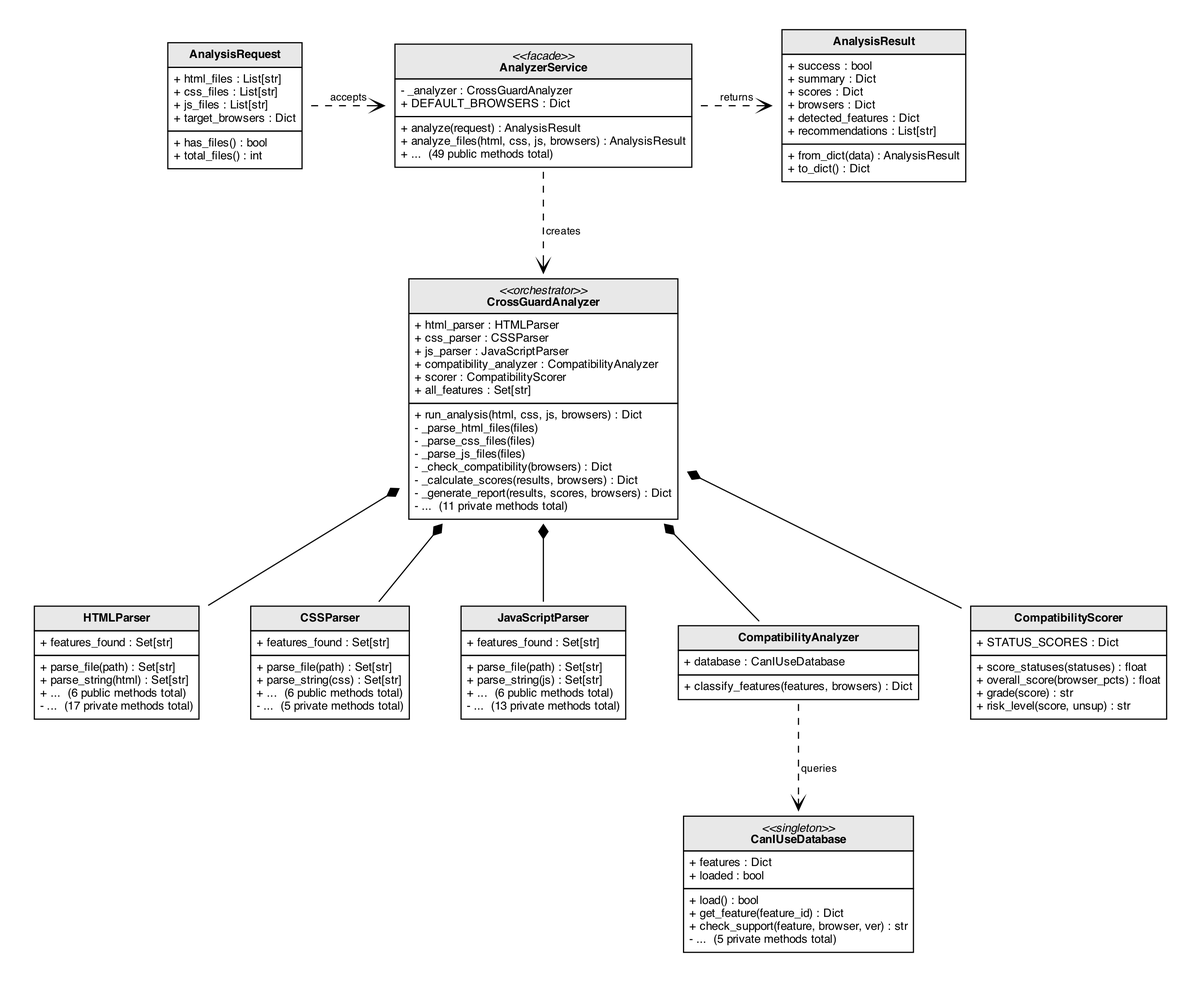
Earlier version of the PlantUML export Code/docs/diagrams/images/3.6_analysis_pipeline.png (muhammademanaftab/CrossGuard). Its source is kept beside it as Code/docs/diagrams/scripts/3.16_sequence.puml.
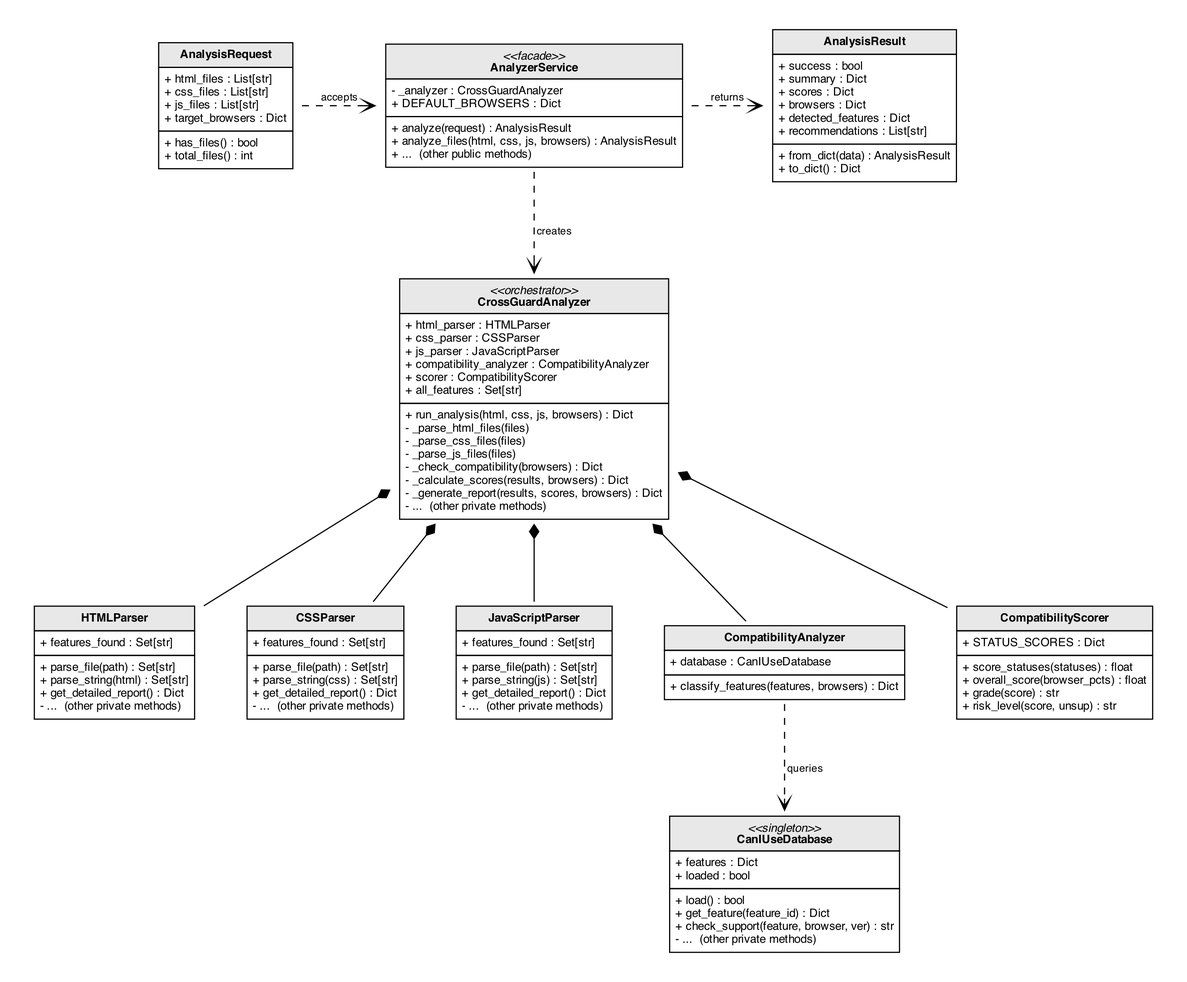
The same file after the commit.

The edit, as a diff of the source:
```diff
@@ -60,12 +60,12 @@
 
 == Compatibility Check Phase ==
 
-CGA -> CA : analyze(features, browsers)
+CGA -> CA : classify_features(features, browsers)
 activate CA
 
 CA -> DB : check_support(feature, browser, version)
 activate DB
-DB --> CA : support_status (y / n / a / p)
+DB --> CA : support_status (y / n / a / p / x / d / u)
 deactivate DB
 
 note right of DB
@@ -74,14 +74,20 @@
   combination.
 end note
 
-CA --> CGA : compatibility_report
+CA --> CGA : compatibility_report\n(with raw status codes)
 deactivate CA
 
 == Scoring Phase ==
 
-CGA -> CS : calculate_weighted_score(status)
+CGA -> CS : score_statuses(statuses)
 activate CS
-CS --> CGA : score (0-100) + grade (A+ to F)
+CS --> CGA : per-browser % (0-100)
+CGA -> CS : overall_score(browser_pcts)
+CS --> CGA : score (0-100)
+CGA -> CS : grade(score)
+CS --> CGA : letter grade (A+ to F)
+CGA -> CS : risk_level(score, unsupported)
+CS --> CGA : risk (none/low/medium/high)
 deactivate CS
 
 == Report Generation ==
```
